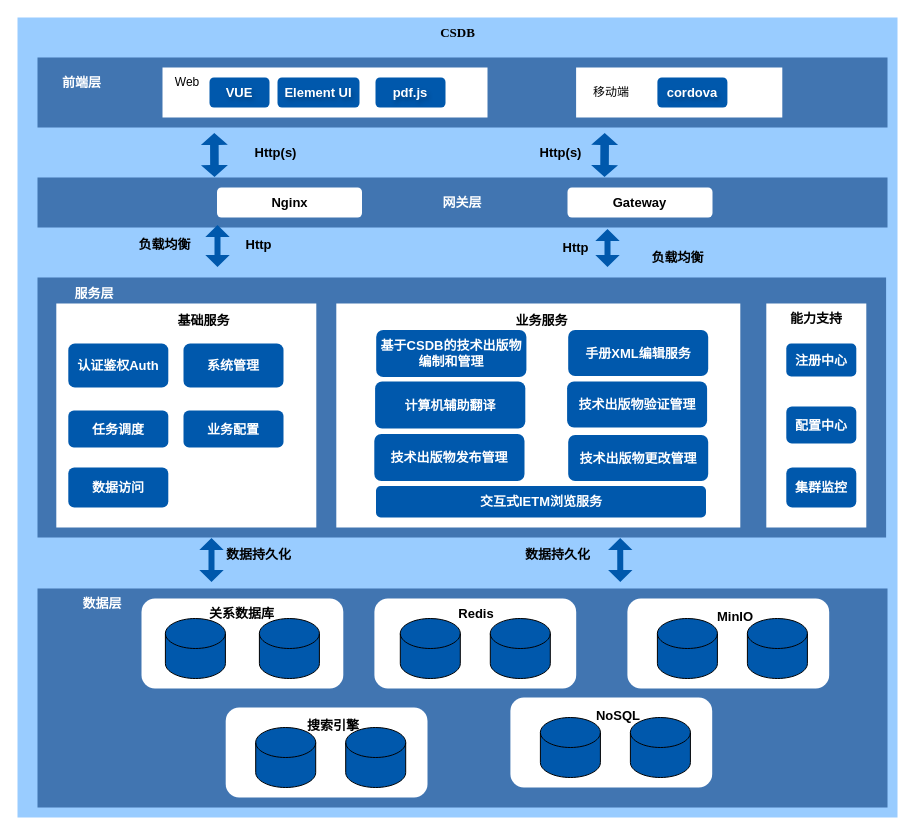
Earlier version of the draw.io diagram 机载共性/技术架构设计.drawio (DemonHan/KuickBuy). Source tidied: cells renumbered, new cells numbered last; positions are measured from the earlier drawing's top-left corner, leaving out a move shared by most shapes. Both pictures are drawn from the tidied source at 100%, with x=0, y=0 at pixel (17, 17).
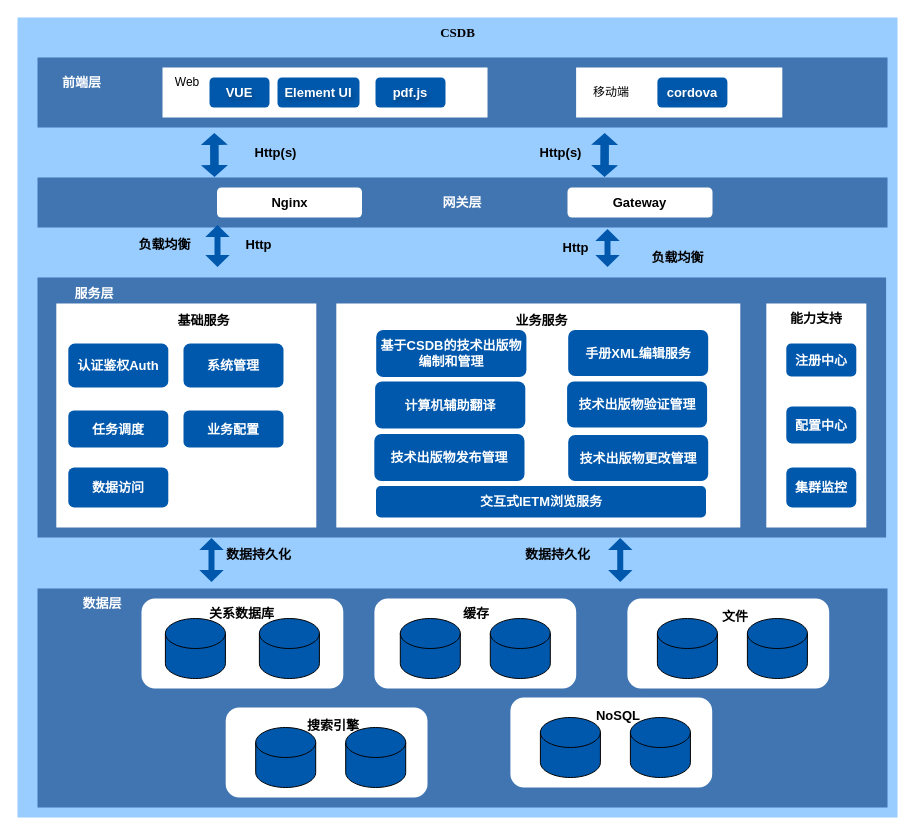
The same page after the edit.

Commit message (it also covers changes not shown here):
更新技术架构设计.drawio

Diff of the diagram source:
```diff
@@
-    <mxCell id="47" value="Redis" style="text;html=1;align=center;verticalAlign=middle;whiteSpace=wrap;rounded=0;fontStyle=1;fontSize=13;strokeColor=none;fontColor=#000000;" parent="1" vertex="1">
+    <mxCell id="47" value="缓存" style="text;html=1;align=center;verticalAlign=middle;whiteSpace=wrap;rounded=0;fontStyle=1;fontSize=13;strokeColor=none;fontColor=#000000;" parent="1" vertex="1">
       <mxGeometry x="428.6" y="581" width="60" height="30" as="geometry" />
     </mxCell>
@@
-    <mxCell id="49" value="MinIO" style="text;html=1;align=center;verticalAlign=middle;whiteSpace=wrap;rounded=0;fontStyle=1;fontSize=13;strokeColor=none;fontColor=#000000;" parent="1" vertex="1">
+    <mxCell id="49" value="文件" style="text;html=1;align=center;verticalAlign=middle;whiteSpace=wrap;rounded=0;fontStyle=1;fontSize=13;strokeColor=none;fontColor=#000000;" parent="1" vertex="1">
       <mxGeometry x="687.6" y="584" width="60" height="30" as="geometry" />
     </mxCell>
```
